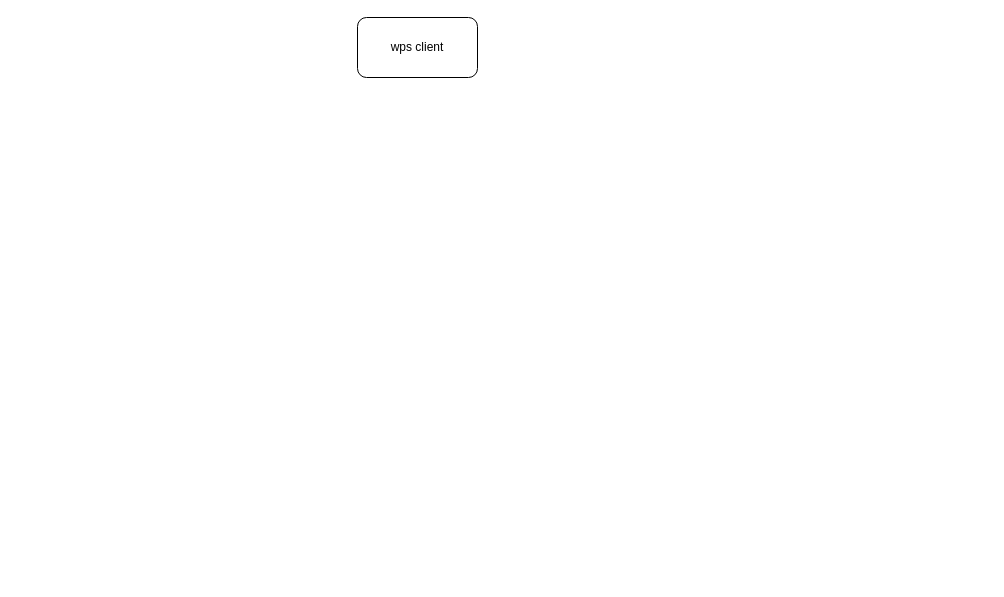
This is page "总图" (1 of 2) of 未命名绘图.drawio from njzhuy/hello, a draw.io file, before an edit. Source tidied: cells renumbered, new cells numbered last; positions are measured from the earlier drawing's top-left corner, leaving out a move shared by most shapes. Both pictures are drawn from the tidied source at 100%, with x=0, y=0 at pixel (357, 17).
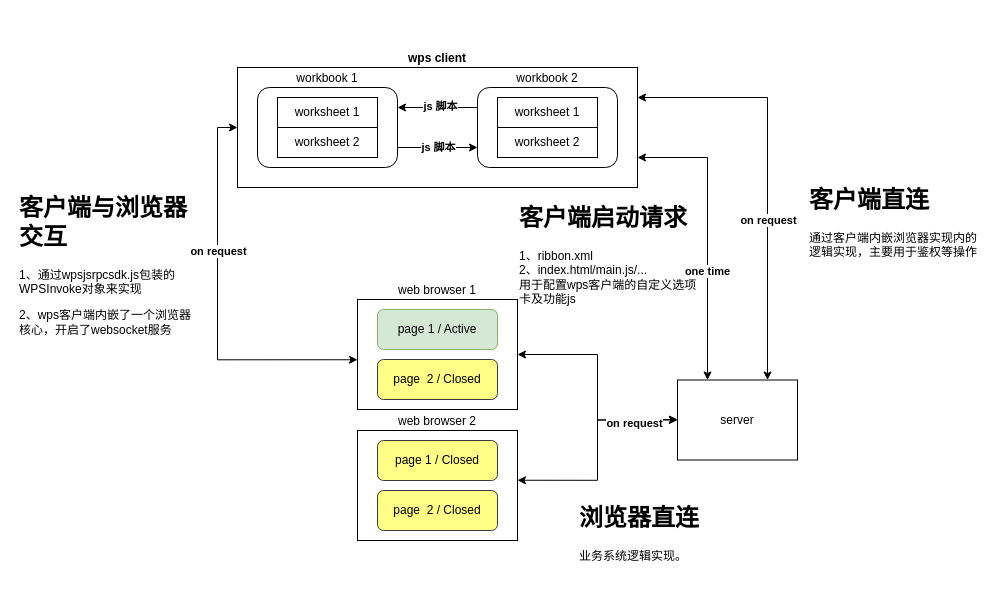
After the change.

Diff of the diagram source:
```diff
@@
+    <mxCell id="3" style="edgeStyle=orthogonalEdgeStyle;rounded=0;jettySize=auto;html=1;exitX=1;exitY=0.75;exitDx=0;exitDy=0;startArrow=classic;startFill=1;" parent="1" edge="1" source="6">
+      <mxGeometry relative="1" as="geometry">
+        <mxPoint x="320" y="402" as="targetPoint" />
+      </mxGeometry>
+    </mxCell>
+    <mxCell id="4" style="edgeStyle=orthogonalEdgeStyle;rounded=0;jettySize=auto;html=1;exitX=0;exitY=0.25;exitDx=0;exitDy=0;entryX=0;entryY=0.5;entryDx=0;entryDy=0;startArrow=classic;startFill=1;" parent="1" edge="1" source="6" target="20">
+      <mxGeometry relative="1" as="geometry" />
+    </mxCell>
+    <mxCell id="5" value="on request" style="edgeLabel;html=1;align=center;verticalAlign=middle;fontStyle=1;" parent="4" vertex="1">
+      <mxGeometry x="0.27" relative="1" as="geometry" />
+    </mxCell>
+    <mxCell id="6" style="group;" parent="1" vertex="1">
+      <mxGeometry y="282" width="160" height="241" as="geometry" />
+    </mxCell>
+    <mxCell id="7" style="group;fillColor=#ffff88;strokeColor=#36393d;" parent="6" vertex="1">
+      <mxGeometry width="160" height="110" as="geometry" />
+    </mxCell>
+    <mxCell id="8" value="web browser 1" style="rounded=0;whiteSpace=wrap;html=1;labelPosition=center;verticalLabelPosition=top;align=center;verticalAlign=bottom;" parent="7" vertex="1">
+      <mxGeometry width="160" height="110" as="geometry" />
+    </mxCell>
+    <mxCell id="9" value="page 1 / Active" style="rounded=1;whiteSpace=wrap;html=1;fillColor=#d5e8d4;strokeColor=#82b366;" parent="7" vertex="1">
+      <mxGeometry x="20" y="10" width="120" height="40" as="geometry" />
+    </mxCell>
+    <mxCell id="10" value="page&amp;nbsp; 2 / Closed" style="rounded=1;whiteSpace=wrap;html=1;fillColor=#ffff88;strokeColor=#36393d;" parent="7" vertex="1">
+      <mxGeometry x="20" y="60" width="120" height="40" as="geometry" />
+    </mxCell>
+    <mxCell id="11" style="group;fillColor=#ffff88;strokeColor=#36393d;" parent="6" vertex="1">
+      <mxGeometry y="131" width="160" height="110" as="geometry" />
+    </mxCell>
+    <mxCell id="12" value="web browser 2" style="rounded=0;whiteSpace=wrap;html=1;labelPosition=center;verticalLabelPosition=top;align=center;verticalAlign=bottom;" parent="11" vertex="1">
+      <mxGeometry width="160" height="110" as="geometry" />
+    </mxCell>
+    <mxCell id="13" value="page 1 / Closed" style="rounded=1;whiteSpace=wrap;html=1;fillColor=#ffff88;strokeColor=#36393d;" parent="11" vertex="1">
+      <mxGeometry x="20" y="10" width="120" height="40" as="geometry" />
+    </mxCell>
+    <mxCell id="14" value="page&amp;nbsp; 2 / Closed" style="rounded=1;whiteSpace=wrap;html=1;fillColor=#ffff88;strokeColor=#36393d;" parent="11" vertex="1">
+      <mxGeometry x="20" y="60" width="120" height="40" as="geometry" />
+    </mxCell>
+    <mxCell id="15" value="server" style="rounded=0;whiteSpace=wrap;html=1;" parent="1" vertex="1">
+      <mxGeometry x="320" y="362.5" width="120" height="80" as="geometry" />
+    </mxCell>
+    <mxCell id="16" style="edgeStyle=orthogonalEdgeStyle;rounded=0;jettySize=auto;html=1;exitX=1;exitY=0.25;exitDx=0;exitDy=0;entryX=0.75;entryY=0;entryDx=0;entryDy=0;startArrow=classic;startFill=1;" parent="1" edge="1" source="20" target="15">
+      <mxGeometry relative="1" as="geometry" />
+    </mxCell>
+    <mxCell id="17" value="on request" style="edgeLabel;html=1;align=center;verticalAlign=middle;fontStyle=1;" parent="16" vertex="1">
+      <mxGeometry x="0.22" relative="1" as="geometry" />
+    </mxCell>
+    <mxCell id="18" style="edgeStyle=orthogonalEdgeStyle;rounded=0;jettySize=auto;html=1;exitX=1;exitY=0.75;exitDx=0;exitDy=0;entryX=0.25;entryY=0;entryDx=0;entryDy=0;startArrow=classic;startFill=1;" parent="1" edge="1" source="20" target="15">
+      <mxGeometry relative="1" as="geometry" />
+    </mxCell>
+    <mxCell id="19" value="&lt;b&gt;one time&lt;/b&gt;" style="edgeLabel;html=1;align=center;verticalAlign=middle;" parent="18" vertex="1">
+      <mxGeometry x="0.25" y="-1" relative="1" as="geometry" />
+    </mxCell>
+    <mxCell id="20" style="group;" parent="1" vertex="1">
+      <mxGeometry x="-120" y="50" width="400" height="120" as="geometry" />
+    </mxCell>
-    <mxCell id="2" value="wps client" style="rounded=1;whiteSpace=wrap;html=1;" parent="1" vertex="1">
-      <mxGeometry width="120" height="60" as="geometry" />
+    <mxCell id="2" value="wps client" style="rounded=0;whiteSpace=wrap;html=1;fillColor=default;labelPosition=center;verticalLabelPosition=top;align=center;verticalAlign=bottom;fontStyle=1;" parent="20" vertex="1">
+      <mxGeometry width="400" height="120" as="geometry" />
     </mxCell>
+    <mxCell id="21" style="group;" parent="20" vertex="1">
+      <mxGeometry x="20" y="20" width="360" height="80" as="geometry" />
+    </mxCell>
+    <mxCell id="22" style="group;" parent="21" vertex="1">
+      <mxGeometry width="140" height="80" as="geometry" />
+    </mxCell>
+    <mxCell id="23" value="workbook 1" style="rounded=1;whiteSpace=wrap;html=1;verticalAlign=bottom;labelPosition=center;verticalLabelPosition=top;align=center;" parent="22" vertex="1">
+      <mxGeometry width="140" height="80" as="geometry" />
+    </mxCell>
+    <mxCell id="24" value="worksheet 1" style="rounded=0;whiteSpace=wrap;html=1;" parent="22" vertex="1">
+      <mxGeometry x="20" y="10" width="100" height="30" as="geometry" />
+    </mxCell>
+    <mxCell id="25" value="worksheet 2" style="rounded=0;whiteSpace=wrap;html=1;" parent="22" vertex="1">
+      <mxGeometry x="20" y="40" width="100" height="30" as="geometry" />
+    </mxCell>
+    <mxCell id="26" style="group;" parent="21" vertex="1">
+      <mxGeometry x="220" width="140" height="80" as="geometry" />
+    </mxCell>
+    <mxCell id="27" style="edgeStyle=orthogonalEdgeStyle;rounded=0;jettySize=auto;html=1;exitX=0;exitY=0.25;exitDx=0;exitDy=0;" parent="26" edge="1" source="29">
+      <mxGeometry relative="1" as="geometry">
+        <mxPoint x="-80" y="20" as="targetPoint" />
+      </mxGeometry>
+    </mxCell>
+    <mxCell id="28" value="&lt;b&gt;js 脚本&lt;/b&gt;" style="edgeLabel;html=1;align=center;verticalAlign=middle;" parent="27" vertex="1">
+      <mxGeometry x="-0.04" y="-2" relative="1" as="geometry">
+        <mxPoint x="1" as="offset" />
+      </mxGeometry>
+    </mxCell>
+    <mxCell id="29" value="workbook 2" style="rounded=1;whiteSpace=wrap;html=1;verticalAlign=bottom;labelPosition=center;verticalLabelPosition=top;align=center;" parent="26" vertex="1">
+      <mxGeometry width="140" height="80" as="geometry" />
+    </mxCell>
+    <mxCell id="30" value="worksheet 1" style="rounded=0;whiteSpace=wrap;html=1;" parent="26" vertex="1">
+      <mxGeometry x="20" y="10" width="100" height="30" as="geometry" />
+    </mxCell>
+    <mxCell id="31" value="worksheet 2" style="rounded=0;whiteSpace=wrap;html=1;" parent="26" vertex="1">
+      <mxGeometry x="20" y="40" width="100" height="30" as="geometry" />
+    </mxCell>
+    <mxCell id="32" style="edgeStyle=orthogonalEdgeStyle;rounded=0;jettySize=auto;html=1;exitX=0;exitY=0.75;exitDx=0;exitDy=0;entryX=1;entryY=0.75;entryDx=0;entryDy=0;startArrow=classic;startFill=1;endArrow=none;endFill=0;" parent="21" edge="1" source="29" target="23">
+      <mxGeometry relative="1" as="geometry" />
+    </mxCell>
+    <mxCell id="33" value="js 脚本" style="edgeLabel;html=1;align=center;verticalAlign=middle;fontStyle=1;" parent="32" vertex="1">
+      <mxGeometry x="0.01" y="-1" relative="1" as="geometry" />
+    </mxCell>
+    <mxCell id="34" style="edgeStyle=orthogonalEdgeStyle;rounded=0;jettySize=auto;html=1;entryX=0;entryY=0.5;entryDx=0;entryDy=0;startArrow=classic;startFill=1;" parent="1" edge="1" source="8" target="15">
+      <mxGeometry relative="1" as="geometry" />
+    </mxCell>
+    <mxCell id="35" value="on request" style="edgeLabel;html=1;align=center;verticalAlign=middle;fontStyle=1;" parent="34" vertex="1">
+      <mxGeometry x="0.61" y="-3" relative="1" as="geometry" />
+    </mxCell>
+    <mxCell id="36" value="&lt;h1 style=&quot;margin-top: 0px;&quot;&gt;客户端启动请求&lt;/h1&gt;&lt;div&gt;1、ribbon.xml&lt;/div&gt;&lt;div&gt;2、index.html/main.js/...&lt;/div&gt;&lt;div&gt;用于配置wps客户端的自定义选项卡及功能js&lt;/div&gt;" style="text;html=1;whiteSpace=wrap;overflow=hidden;rounded=0;" parent="1" vertex="1">
+      <mxGeometry x="160" y="180" width="190" height="120" as="geometry" />
+    </mxCell>
+    <mxCell id="37" value="&lt;h1 style=&quot;margin-top: 0px;&quot;&gt;客户端与浏览器交互&lt;/h1&gt;&lt;p&gt;1、通过wpsjsrpcsdk.js包装的WPSInvoke对象来实现&lt;/p&gt;&lt;p&gt;&lt;span style=&quot;background-color: initial;&quot;&gt;2、wps客户端内嵌了一个浏览器核心，开启了websocket服务&lt;/span&gt;&lt;/p&gt;" style="text;html=1;whiteSpace=wrap;overflow=hidden;rounded=0;" parent="1" vertex="1">
+      <mxGeometry x="-340" y="170" width="180" height="160" as="geometry" />
+    </mxCell>
+    <mxCell id="38" value="&lt;h1 style=&quot;margin-top: 0px;&quot;&gt;客户端直连&lt;/h1&gt;&lt;p&gt;通过客户端内嵌浏览器实现内的逻辑实现，主要用于鉴权等操作&lt;/p&gt;" style="text;html=1;whiteSpace=wrap;overflow=hidden;rounded=0;" parent="1" vertex="1">
+      <mxGeometry x="450" y="162" width="180" height="120" as="geometry" />
+    </mxCell>
+    <mxCell id="39" value="&lt;h1 style=&quot;margin-top: 0px;&quot;&gt;浏览器直连&lt;/h1&gt;&lt;p&gt;业务系统逻辑实现。&lt;/p&gt;" style="text;html=1;whiteSpace=wrap;overflow=hidden;rounded=0;" parent="1" vertex="1">
+      <mxGeometry x="220" y="480" width="130" height="80" as="geometry" />
+    </mxCell>
```
